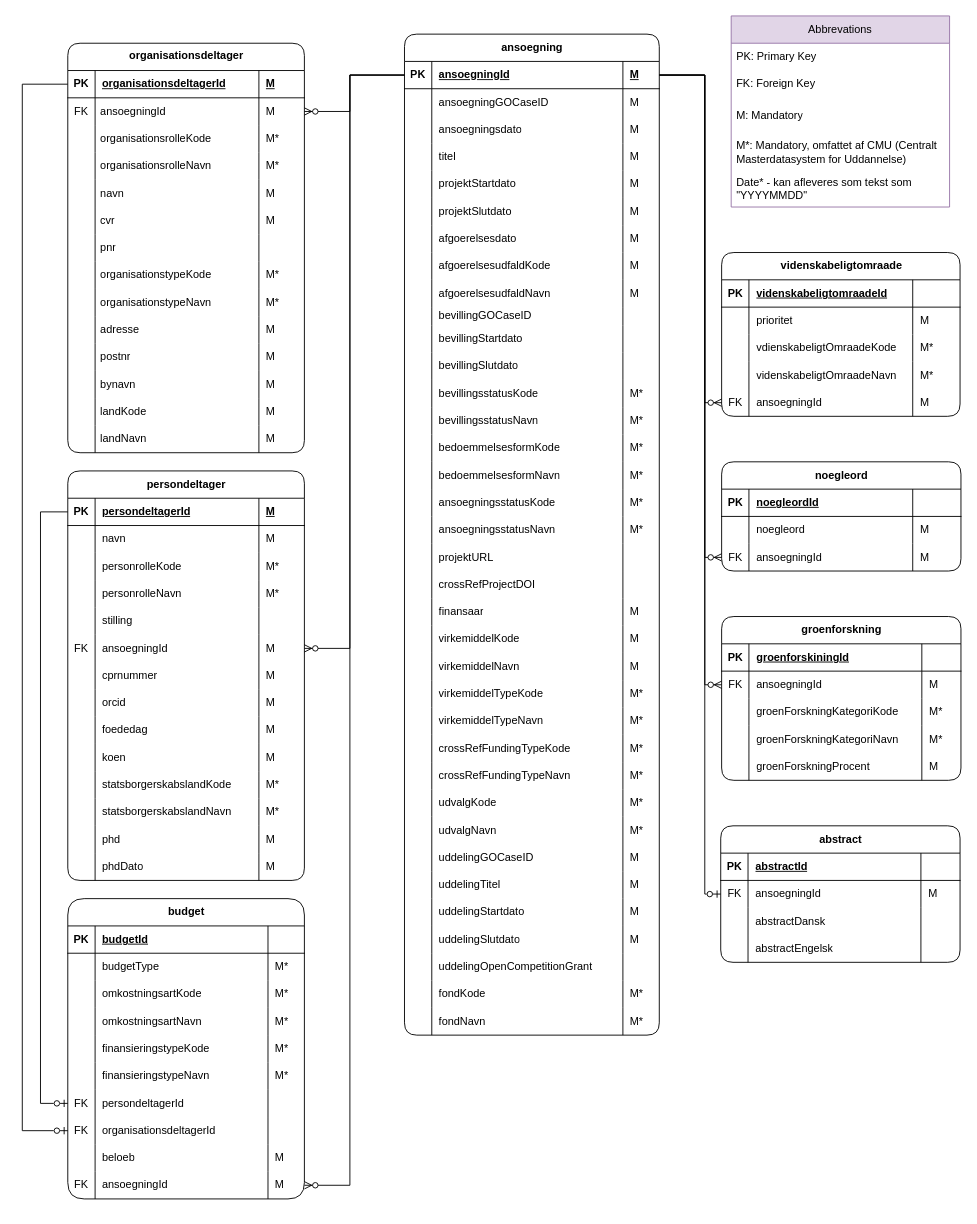
This is page "NY Raw" (4 of 5) of Grants model.drawio from thomas-lange-dk/Grants, a draw.io file, before an edit. Source tidied: cells renumbered, new cells numbered last; positions are measured from the earlier drawing's top-left corner, leaving out a move shared by most shapes. Both pictures are drawn from the tidied source at 91%, with x=0, y=0 at pixel (22, 15).
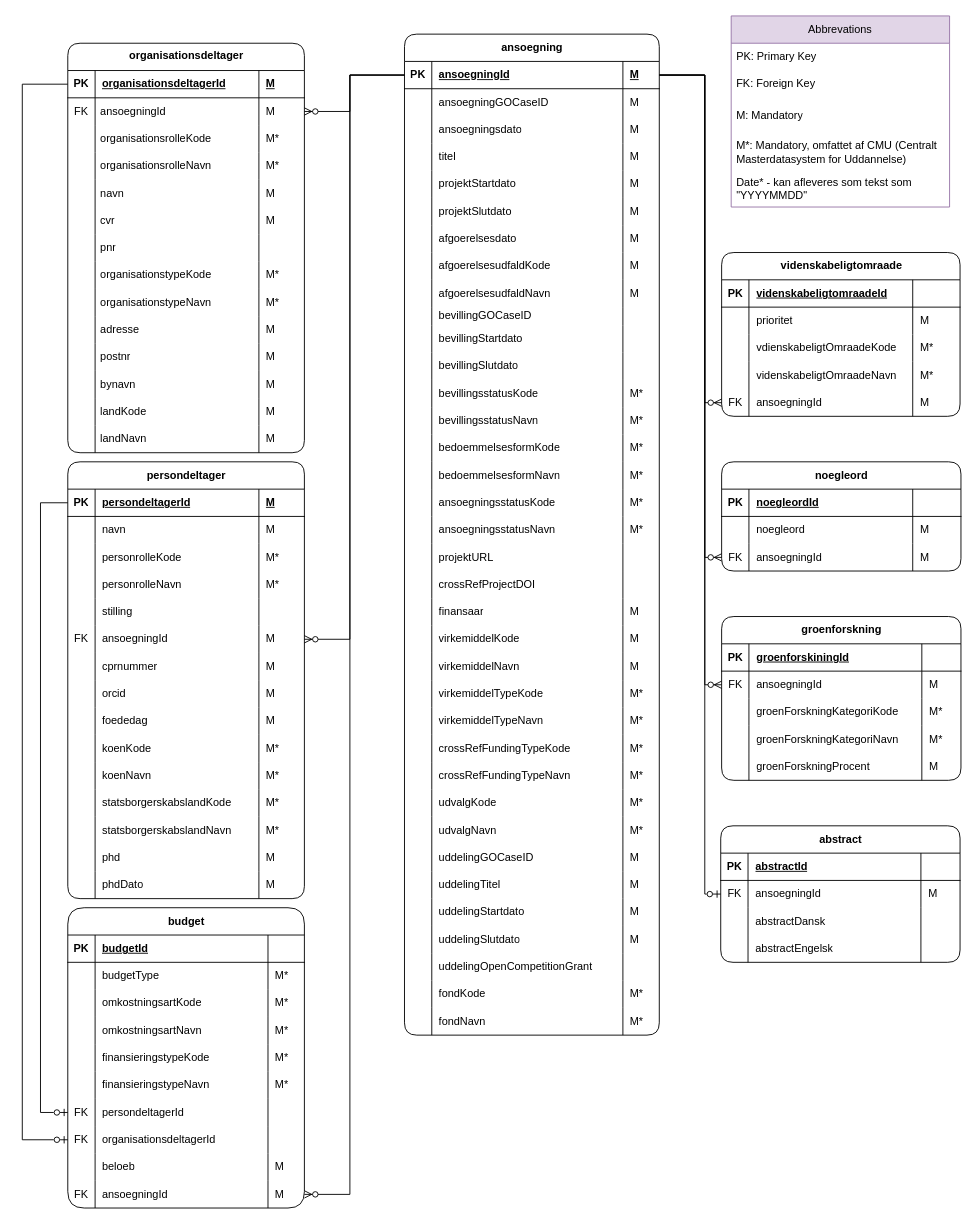
The same diagram, later.

Unchanged cells that the change refers to:
```xml
<mxCell id="4" value="PK" style="shape=partialRectangle;fillColor=none;top=0;left=0;bottom=0;right=0;fontStyle=1;overflow=hidden;whiteSpace=wrap;html=1;shadow=0;spacingBottom=0;spacingTop=0;" parent="3" vertex="1">
  <mxGeometry width="30" height="30" as="geometry" />
</mxCell>
<mxCell id="102" value="PK" style="shape=partialRectangle;fillColor=none;top=0;left=0;bottom=0;right=0;fontStyle=1;overflow=hidden;whiteSpace=wrap;html=1;shadow=0;" parent="101" vertex="1">
  <mxGeometry width="30" height="30" as="geometry" />
</mxCell>
<mxCell id="247" value="PK" style="shape=partialRectangle;fillColor=none;top=0;left=0;bottom=0;right=0;fontStyle=1;overflow=hidden;whiteSpace=wrap;html=1;shadow=0;" parent="246" vertex="1">
  <mxGeometry width="30" height="30" as="geometry" />
</mxCell>
<mxCell id="269" value="M" style="shape=partialRectangle;fillColor=none;top=0;left=0;bottom=0;right=0;align=left;spacingLeft=6;overflow=hidden;whiteSpace=wrap;html=1;shadow=0;" parent="266" vertex="1">
  <mxGeometry x="210" width="50" height="30" as="geometry" />
</mxCell>
<mxCell id="282" style="shape=tableRow;horizontal=0;startSize=0;swimlaneHead=0;swimlaneBody=0;fillColor=none;top=0;left=0;right=0;bottom=0;shadow=0;" parent="245" vertex="1">
  <mxGeometry y="300" width="260" height="30" as="geometry" />
</mxCell>
<mxCell id="328" value="FK" style="shape=partialRectangle;fillColor=none;top=0;left=0;bottom=0;right=0;overflow=hidden;whiteSpace=wrap;html=1;shadow=0;" parent="327" vertex="1">
  <mxGeometry width="30" height="30" as="geometry" />
</mxCell>
<mxCell id="332" value="FK" style="shape=partialRectangle;fillColor=none;top=0;left=0;bottom=0;right=0;overflow=hidden;whiteSpace=wrap;html=1;shadow=0;" parent="331" vertex="1">
  <mxGeometry width="30" height="30" as="geometry" />
</mxCell>
<mxCell id="342" value="M" style="shape=partialRectangle;fillColor=none;top=0;left=0;bottom=0;right=0;align=left;spacingLeft=6;overflow=hidden;whiteSpace=wrap;html=1;shadow=0;" parent="339" vertex="1">
  <mxGeometry x="220" width="40" height="30" as="geometry" />
</mxCell>
```

The edit, as a diff of the source:
```diff
@@
     <mxCell id="245" value="persondeltager" style="shape=table;startSize=30;childLayout=tableLayout;rowLines=0;fontStyle=1;align=center;html=1;shadow=0;rounded=1;" parent="1" vertex="1">
-      <mxGeometry x="50" y="500" width="260" height="450" as="geometry" />
+      <mxGeometry x="50" y="490" width="260" height="480" as="geometry" />
     </mxCell>
@@
-    <mxCell id="284" value="koen" style="shape=partialRectangle;fillColor=none;top=0;left=0;bottom=0;right=0;align=left;spacingLeft=6;overflow=hidden;whiteSpace=wrap;html=1;shadow=0;" parent="282" vertex="1">
+    <mxCell id="284" value="koenKode" style="shape=partialRectangle;fillColor=none;top=0;left=0;bottom=0;right=0;align=left;spacingLeft=6;overflow=hidden;whiteSpace=wrap;html=1;shadow=0;" parent="282" vertex="1">
       <mxGeometry x="30" width="180" height="30" as="geometry" />
     </mxCell>
-    <mxCell id="285" value="M" style="shape=partialRectangle;fillColor=none;top=0;left=0;bottom=0;right=0;align=left;spacingLeft=6;overflow=hidden;whiteSpace=wrap;html=1;shadow=0;" parent="282" vertex="1">
+    <mxCell id="285" value="M*" style="shape=partialRectangle;fillColor=none;top=0;left=0;bottom=0;right=0;align=left;spacingLeft=6;overflow=hidden;whiteSpace=wrap;html=1;shadow=0;" parent="282" vertex="1">
       <mxGeometry x="210" width="50" height="30" as="geometry" />
     </mxCell>
+    <mxCell id="389" style="shape=tableRow;horizontal=0;startSize=0;swimlaneHead=0;swimlaneBody=0;fillColor=none;top=0;left=0;right=0;bottom=0;shadow=0;" parent="245" vertex="1">
+      <mxGeometry y="330" width="260" height="30" as="geometry" />
+    </mxCell>
+    <mxCell id="390" style="shape=partialRectangle;fillColor=none;top=0;left=0;bottom=0;right=0;overflow=hidden;whiteSpace=wrap;html=1;shadow=0;" parent="389" vertex="1">
+      <mxGeometry width="30" height="30" as="geometry" />
+    </mxCell>
+    <mxCell id="391" value="koenNavn" style="shape=partialRectangle;fillColor=none;top=0;left=0;bottom=0;right=0;align=left;spacingLeft=6;overflow=hidden;whiteSpace=wrap;html=1;shadow=0;" parent="389" vertex="1">
+      <mxGeometry x="30" width="180" height="30" as="geometry" />
+    </mxCell>
+    <mxCell id="392" value="M*" style="shape=partialRectangle;fillColor=none;top=0;left=0;bottom=0;right=0;align=left;spacingLeft=6;overflow=hidden;whiteSpace=wrap;html=1;shadow=0;" parent="389" vertex="1">
+      <mxGeometry x="210" width="50" height="30" as="geometry" />
+    </mxCell>
     <mxCell id="286" style="shape=tableRow;horizontal=0;startSize=0;swimlaneHead=0;swimlaneBody=0;fillColor=none;top=0;left=0;right=0;bottom=0;shadow=0;" parent="245" vertex="1">
-      <mxGeometry y="330" width="260" height="30" as="geometry" />
+      <mxGeometry y="360" width="260" height="30" as="geometry" />
     </mxCell>
@@
     <mxCell id="290" style="shape=tableRow;horizontal=0;startSize=0;swimlaneHead=0;swimlaneBody=0;fillColor=none;top=0;left=0;right=0;bottom=0;shadow=0;" parent="245" vertex="1">
-      <mxGeometry y="360" width="260" height="30" as="geometry" />
+      <mxGeometry y="390" width="260" height="30" as="geometry" />
     </mxCell>
@@
     <mxCell id="294" style="shape=tableRow;horizontal=0;startSize=0;swimlaneHead=0;swimlaneBody=0;fillColor=none;top=0;left=0;right=0;bottom=0;shadow=0;" parent="245" vertex="1">
-      <mxGeometry y="390" width="260" height="30" as="geometry" />
+      <mxGeometry y="420" width="260" height="30" as="geometry" />
     </mxCell>
@@
     <mxCell id="298" style="shape=tableRow;horizontal=0;startSize=0;swimlaneHead=0;swimlaneBody=0;fillColor=none;top=0;left=0;right=0;bottom=0;shadow=0;" parent="245" vertex="1">
-      <mxGeometry y="420" width="260" height="30" as="geometry" />
+      <mxGeometry y="450" width="260" height="30" as="geometry" />
     </mxCell>
@@
     <mxCell id="302" value="budget" style="shape=table;startSize=30;childLayout=tableLayout;rowLines=0;fontStyle=1;align=center;html=1;shadow=0;rounded=1;arcSize=20;" parent="1" vertex="1">
-      <mxGeometry x="50" y="970" width="260" height="330" as="geometry" />
+      <mxGeometry x="50" y="980" width="260" height="330" as="geometry" />
     </mxCell>
@@
     <mxCell id="344" style="fontSize=12;html=1;endArrow=ERzeroToMany;endFill=1;rounded=0;shadow=0;edgeStyle=orthogonalEdgeStyle;entryX=1;entryY=0.5;entryDx=0;entryDy=0;exitX=0;exitY=0.5;exitDx=0;exitDy=0;" parent="1" edge="1" source="102" target="269">
       <mxGeometry relative="1" as="geometry">
         <Array as="points">
           <mxPoint x="360" y="65" />
-          <mxPoint x="360" y="695" />
+          <mxPoint x="360" y="685" />
         </Array>
       </mxGeometry>
     </mxCell>
@@
     <mxCell id="346" style="fontSize=12;html=1;endArrow=ERzeroToOne;endFill=0;rounded=0;shadow=0;edgeStyle=orthogonalEdgeStyle;exitX=0;exitY=0.5;exitDx=0;exitDy=0;entryX=0;entryY=0.5;entryDx=0;entryDy=0;" parent="1" edge="1" source="247" target="328">
       <mxGeometry relative="1" as="geometry">
         <Array as="points">
-          <mxPoint x="50" y="545" />
-          <mxPoint x="20" y="545" />
-          <mxPoint x="20" y="1195" />
+          <mxPoint x="20" y="535" />
+          <mxPoint x="20" y="1205" />
         </Array>
       </mxGeometry>
     </mxCell>
     <mxCell id="347" style="edgeStyle=orthogonalEdgeStyle;fontSize=12;html=1;endArrow=ERzeroToMany;endFill=1;rounded=0;shadow=0;entryX=1;entryY=0.5;entryDx=0;entryDy=0;exitX=0;exitY=0.5;exitDx=0;exitDy=0;" parent="1" edge="1" source="102" target="342">
       <mxGeometry relative="1" as="geometry">
         <Array as="points">
           <mxPoint x="360" y="65" />
-          <mxPoint x="360" y="1285" />
+          <mxPoint x="360" y="1295" />
         </Array>
       </mxGeometry>
     </mxCell>
     <mxCell id="348" style="fontSize=12;html=1;endArrow=ERzeroToOne;endFill=0;rounded=0;shadow=0;edgeStyle=orthogonalEdgeStyle;exitX=0;exitY=0.5;exitDx=0;exitDy=0;entryX=0;entryY=0.5;entryDx=0;entryDy=0;" parent="1" edge="1" source="4" target="332">
       <mxGeometry relative="1" as="geometry">
         <Array as="points">
           <mxPoint y="75" />
-          <mxPoint y="1225" />
+          <mxPoint y="1235" />
         </Array>
       </mxGeometry>
     </mxCell>
```
